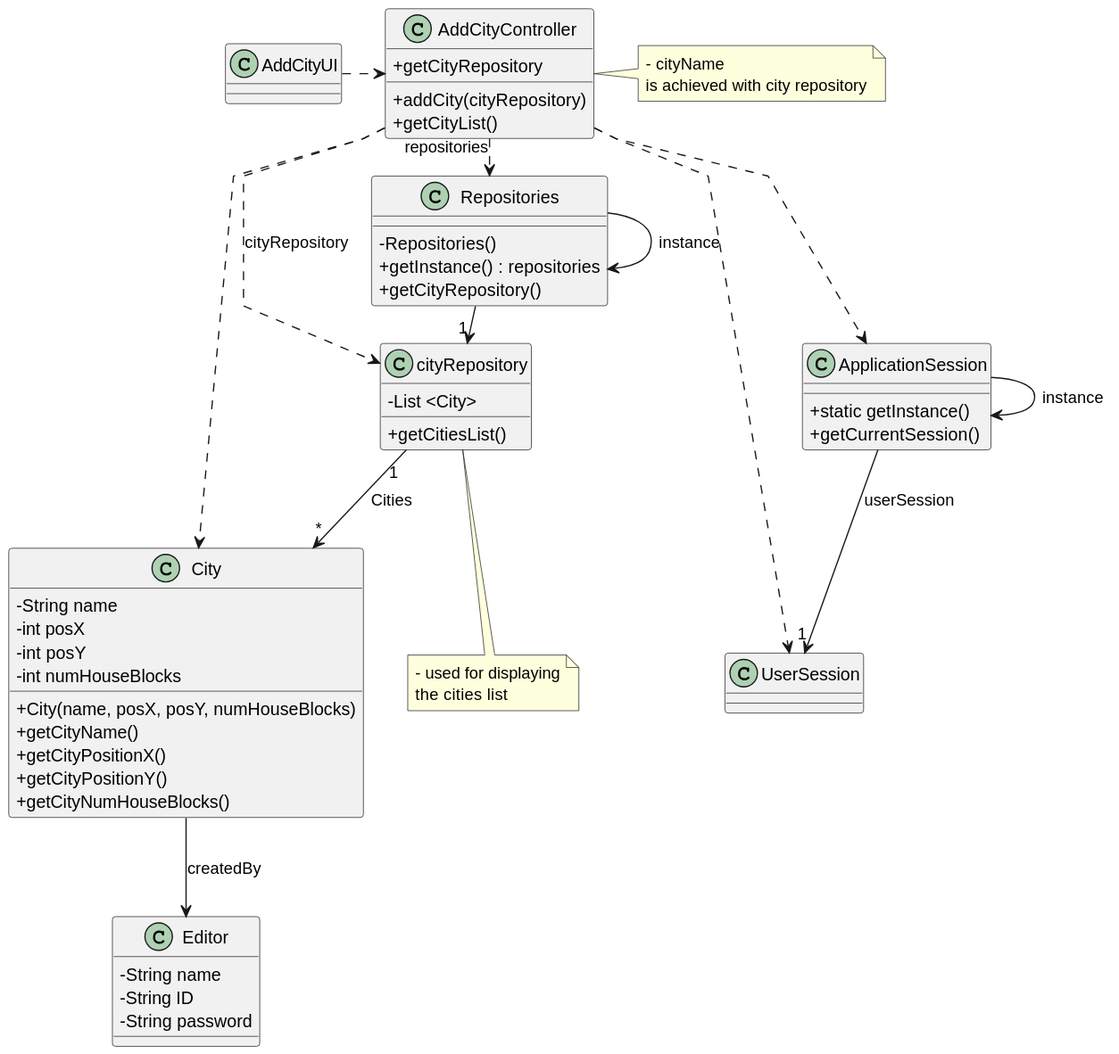
ivasduarte/all-aboard keeps this PlantUML diagram as docs/sprint2/us003/03.design/svg/us003-class-diagram.svg. Above is the earlier version.
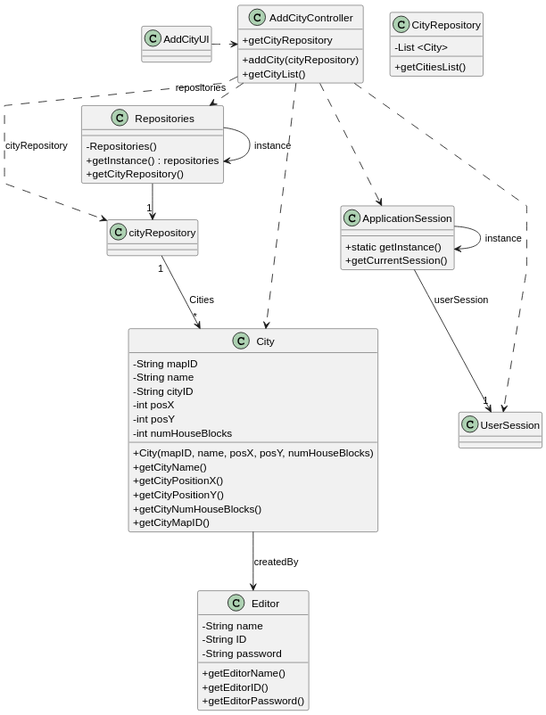
After the commit.

What changed in the source:
```diff
@@ -18,23 +18,29 @@
     - String name
     - String ID
     - String password
+    + getEditorName()
+    + getEditorID()
+    + getEditorPassword()
 }
 
 class City {
+    - String mapID
     - String name
+    - String cityID
     - int posX
     - int posY
     - int numHouseBlocks
-    + City(name, posX, posY, numHouseBlocks)
+    + City(mapID, name, posX, posY, numHouseBlocks)
     + getCityName()
     + getCityPositionX()
     + getCityPositionY()
     + getCityNumHouseBlocks()
+    + getCityMapID()
 }
 
 
 
-class cityRepository {
+class CityRepository {
     - List <City>
     + getCitiesList()
 }
@@ -52,16 +58,6 @@
     + getCityList()
     + getCityRepository
 }
-
-note right of AddCityController
-    - cityName
-    is achieved with city repository
-end note
-
-note bottom of cityRepository
-    - used for displaying
-    the cities list
-end note
 
 class AddCityUI {
 }
```
